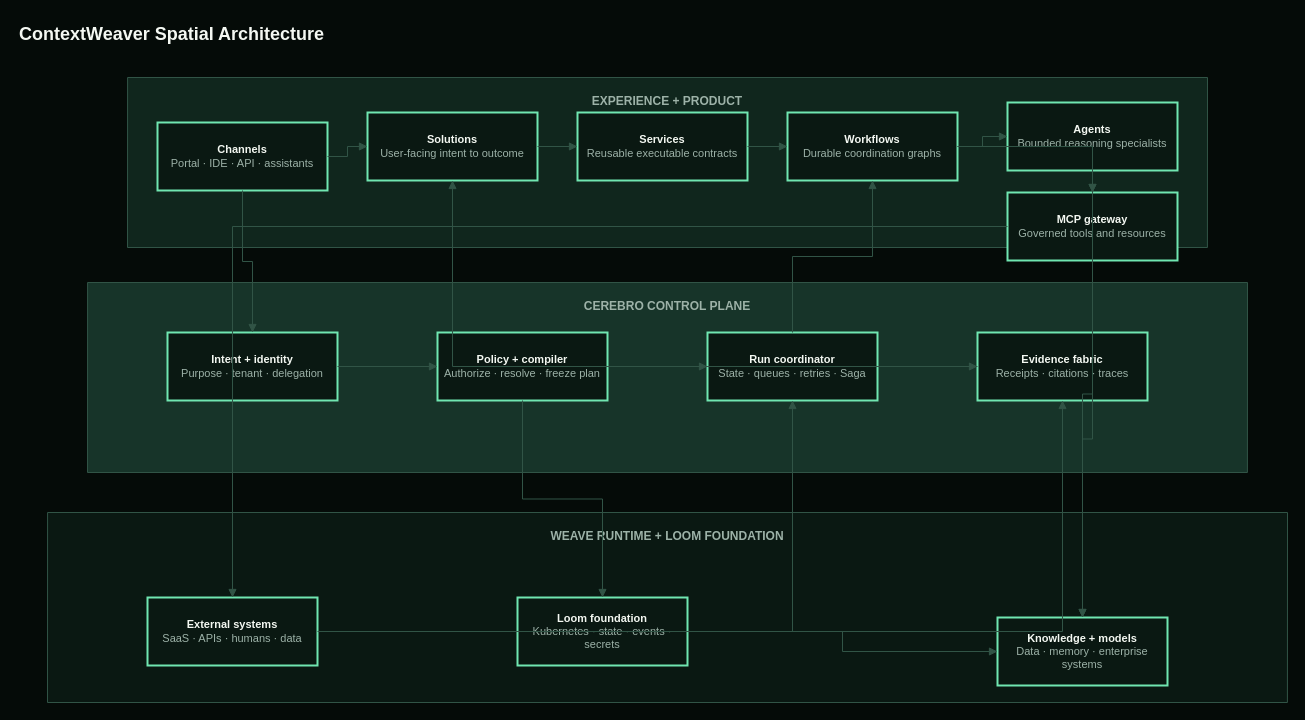
Above: diagrams/contextweaver-spatial-architecture.drawio in brainzbytes/contextweaver-public-site (draw.io), before the change. Source tidied: cells renumbered, new cells numbered last; positions are measured from the earlier drawing's top-left corner, leaving out a move shared by most shapes. Both pictures are drawn from the tidied source at 100%, with x=0, y=0 at pixel (17, 17).
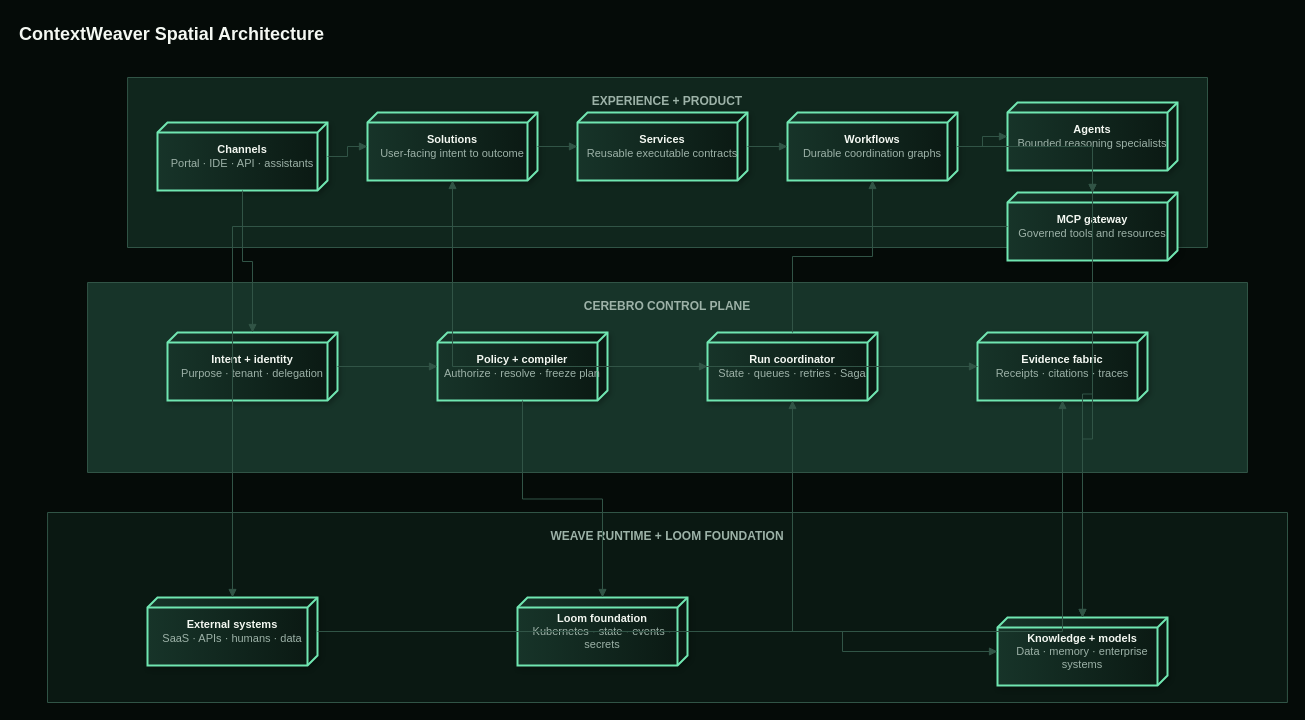
The same diagram, later.

The edit, as a diff of the source:
```diff
@@
-    <mxCell id="6" value="&lt;b&gt;Channels&lt;/b&gt;&lt;br&gt;&lt;font color=&quot;#9db2a8&quot;&gt;Portal · IDE · API · assistants&lt;/font&gt;" style="rounded=0;arcSize=4;whiteSpace=wrap;html=1;fillColor=#0a1812;strokeColor=#70e6b1;fontColor=#f4f8f2;fontSize=11;strokeWidth=2;" parent="1" vertex="1">
+    <mxCell id="6" value="&lt;b&gt;Channels&lt;/b&gt;&lt;br&gt;&lt;font color=&quot;#9db2a8&quot;&gt;Portal · IDE · API · assistants&lt;/font&gt;" style="shape=cube;size=10;direction=south;whiteSpace=wrap;html=1;fillColor=#0a1812;gradientColor=#173429;strokeColor=#70e6b1;fontColor=#f4f8f2;fontSize=11;strokeWidth=2;shadow=1;" parent="1" vertex="1">
       <mxGeometry x="140" y="105" width="170" height="68" as="geometry" />
     </mxCell>
-    <mxCell id="7" value="&lt;b&gt;Solutions&lt;/b&gt;&lt;br&gt;&lt;font color=&quot;#9db2a8&quot;&gt;User-facing intent to outcome&lt;/font&gt;" style="rounded=0;arcSize=4;whiteSpace=wrap;html=1;fillColor=#0a1812;strokeColor=#70e6b1;fontColor=#f4f8f2;fontSize=11;strokeWidth=2;" parent="1" vertex="1">
+    <mxCell id="7" value="&lt;b&gt;Solutions&lt;/b&gt;&lt;br&gt;&lt;font color=&quot;#9db2a8&quot;&gt;User-facing intent to outcome&lt;/font&gt;" style="shape=cube;size=10;direction=south;whiteSpace=wrap;html=1;fillColor=#0a1812;gradientColor=#173429;strokeColor=#70e6b1;fontColor=#f4f8f2;fontSize=11;strokeWidth=2;shadow=1;" parent="1" vertex="1">
       <mxGeometry x="350" y="95" width="170" height="68" as="geometry" />
     </mxCell>
-    <mxCell id="8" value="&lt;b&gt;Services&lt;/b&gt;&lt;br&gt;&lt;font color=&quot;#9db2a8&quot;&gt;Reusable executable contracts&lt;/font&gt;" style="rounded=0;arcSize=4;whiteSpace=wrap;html=1;fillColor=#0a1812;strokeColor=#70e6b1;fontColor=#f4f8f2;fontSize=11;strokeWidth=2;" parent="1" vertex="1">
+    <mxCell id="8" value="&lt;b&gt;Services&lt;/b&gt;&lt;br&gt;&lt;font color=&quot;#9db2a8&quot;&gt;Reusable executable contracts&lt;/font&gt;" style="shape=cube;size=10;direction=south;whiteSpace=wrap;html=1;fillColor=#0a1812;gradientColor=#173429;strokeColor=#70e6b1;fontColor=#f4f8f2;fontSize=11;strokeWidth=2;shadow=1;" parent="1" vertex="1">
       <mxGeometry x="560" y="95" width="170" height="68" as="geometry" />
     </mxCell>
-    <mxCell id="9" value="&lt;b&gt;Workflows&lt;/b&gt;&lt;br&gt;&lt;font color=&quot;#9db2a8&quot;&gt;Durable coordination graphs&lt;/font&gt;" style="rounded=0;arcSize=4;whiteSpace=wrap;html=1;fillColor=#0a1812;strokeColor=#70e6b1;fontColor=#f4f8f2;fontSize=11;strokeWidth=2;" parent="1" vertex="1">
+    <mxCell id="9" value="&lt;b&gt;Workflows&lt;/b&gt;&lt;br&gt;&lt;font color=&quot;#9db2a8&quot;&gt;Durable coordination graphs&lt;/font&gt;" style="shape=cube;size=10;direction=south;whiteSpace=wrap;html=1;fillColor=#0a1812;gradientColor=#173429;strokeColor=#70e6b1;fontColor=#f4f8f2;fontSize=11;strokeWidth=2;shadow=1;" parent="1" vertex="1">
       <mxGeometry x="770" y="95" width="170" height="68" as="geometry" />
     </mxCell>
-    <mxCell id="10" value="&lt;b&gt;Agents&lt;/b&gt;&lt;br&gt;&lt;font color=&quot;#9db2a8&quot;&gt;Bounded reasoning specialists&lt;/font&gt;" style="rounded=0;arcSize=4;whiteSpace=wrap;html=1;fillColor=#0a1812;strokeColor=#70e6b1;fontColor=#f4f8f2;fontSize=11;strokeWidth=2;" parent="1" vertex="1">
+    <mxCell id="10" value="&lt;b&gt;Agents&lt;/b&gt;&lt;br&gt;&lt;font color=&quot;#9db2a8&quot;&gt;Bounded reasoning specialists&lt;/font&gt;" style="shape=cube;size=10;direction=south;whiteSpace=wrap;html=1;fillColor=#0a1812;gradientColor=#173429;strokeColor=#70e6b1;fontColor=#f4f8f2;fontSize=11;strokeWidth=2;shadow=1;" parent="1" vertex="1">
       <mxGeometry x="990" y="85" width="170" height="68" as="geometry" />
     </mxCell>
-    <mxCell id="11" value="&lt;b&gt;MCP gateway&lt;/b&gt;&lt;br&gt;&lt;font color=&quot;#9db2a8&quot;&gt;Governed tools and resources&lt;/font&gt;" style="rounded=0;arcSize=4;whiteSpace=wrap;html=1;fillColor=#0a1812;strokeColor=#70e6b1;fontColor=#f4f8f2;fontSize=11;strokeWidth=2;" parent="1" vertex="1">
+    <mxCell id="11" value="&lt;b&gt;MCP gateway&lt;/b&gt;&lt;br&gt;&lt;font color=&quot;#9db2a8&quot;&gt;Governed tools and resources&lt;/font&gt;" style="shape=cube;size=10;direction=south;whiteSpace=wrap;html=1;fillColor=#0a1812;gradientColor=#173429;strokeColor=#70e6b1;fontColor=#f4f8f2;fontSize=11;strokeWidth=2;shadow=1;" parent="1" vertex="1">
       <mxGeometry x="990" y="175" width="170" height="68" as="geometry" />
     </mxCell>
-    <mxCell id="12" value="&lt;b&gt;Knowledge + models&lt;/b&gt;&lt;br&gt;&lt;font color=&quot;#9db2a8&quot;&gt;Data · memory · enterprise systems&lt;/font&gt;" style="rounded=0;arcSize=4;whiteSpace=wrap;html=1;fillColor=#0a1812;strokeColor=#70e6b1;fontColor=#f4f8f2;fontSize=11;strokeWidth=2;" parent="1" vertex="1">
+    <mxCell id="12" value="&lt;b&gt;Knowledge + models&lt;/b&gt;&lt;br&gt;&lt;font color=&quot;#9db2a8&quot;&gt;Data · memory · enterprise systems&lt;/font&gt;" style="shape=cube;size=10;direction=south;whiteSpace=wrap;html=1;fillColor=#0a1812;gradientColor=#173429;strokeColor=#70e6b1;fontColor=#f4f8f2;fontSize=11;strokeWidth=2;shadow=1;" parent="1" vertex="1">
       <mxGeometry x="980" y="600" width="170" height="68" as="geometry" />
     </mxCell>
-    <mxCell id="13" value="&lt;b&gt;Intent + identity&lt;/b&gt;&lt;br&gt;&lt;font color=&quot;#9db2a8&quot;&gt;Purpose · tenant · delegation&lt;/font&gt;" style="rounded=0;arcSize=4;whiteSpace=wrap;html=1;fillColor=#0a1812;strokeColor=#70e6b1;fontColor=#f4f8f2;fontSize=11;strokeWidth=2;" parent="1" vertex="1">
+    <mxCell id="13" value="&lt;b&gt;Intent + identity&lt;/b&gt;&lt;br&gt;&lt;font color=&quot;#9db2a8&quot;&gt;Purpose · tenant · delegation&lt;/font&gt;" style="shape=cube;size=10;direction=south;whiteSpace=wrap;html=1;fillColor=#0a1812;gradientColor=#173429;strokeColor=#70e6b1;fontColor=#f4f8f2;fontSize=11;strokeWidth=2;shadow=1;" parent="1" vertex="1">
       <mxGeometry x="150" y="315" width="170" height="68" as="geometry" />
     </mxCell>
-    <mxCell id="14" value="&lt;b&gt;Policy + compiler&lt;/b&gt;&lt;br&gt;&lt;font color=&quot;#9db2a8&quot;&gt;Authorize · resolve · freeze plan&lt;/font&gt;" style="rounded=0;arcSize=4;whiteSpace=wrap;html=1;fillColor=#0a1812;strokeColor=#70e6b1;fontColor=#f4f8f2;fontSize=11;strokeWidth=2;" parent="1" vertex="1">
+    <mxCell id="14" value="&lt;b&gt;Policy + compiler&lt;/b&gt;&lt;br&gt;&lt;font color=&quot;#9db2a8&quot;&gt;Authorize · resolve · freeze plan&lt;/font&gt;" style="shape=cube;size=10;direction=south;whiteSpace=wrap;html=1;fillColor=#0a1812;gradientColor=#173429;strokeColor=#70e6b1;fontColor=#f4f8f2;fontSize=11;strokeWidth=2;shadow=1;" parent="1" vertex="1">
       <mxGeometry x="420" y="315" width="170" height="68" as="geometry" />
     </mxCell>
-    <mxCell id="15" value="&lt;b&gt;Run coordinator&lt;/b&gt;&lt;br&gt;&lt;font color=&quot;#9db2a8&quot;&gt;State · queues · retries · Saga&lt;/font&gt;" style="rounded=0;arcSize=4;whiteSpace=wrap;html=1;fillColor=#0a1812;strokeColor=#70e6b1;fontColor=#f4f8f2;fontSize=11;strokeWidth=2;" parent="1" vertex="1">
+    <mxCell id="15" value="&lt;b&gt;Run coordinator&lt;/b&gt;&lt;br&gt;&lt;font color=&quot;#9db2a8&quot;&gt;State · queues · retries · Saga&lt;/font&gt;" style="shape=cube;size=10;direction=south;whiteSpace=wrap;html=1;fillColor=#0a1812;gradientColor=#173429;strokeColor=#70e6b1;fontColor=#f4f8f2;fontSize=11;strokeWidth=2;shadow=1;" parent="1" vertex="1">
       <mxGeometry x="690" y="315" width="170" height="68" as="geometry" />
     </mxCell>
-    <mxCell id="16" value="&lt;b&gt;Evidence fabric&lt;/b&gt;&lt;br&gt;&lt;font color=&quot;#9db2a8&quot;&gt;Receipts · citations · traces&lt;/font&gt;" style="rounded=0;arcSize=4;whiteSpace=wrap;html=1;fillColor=#0a1812;strokeColor=#70e6b1;fontColor=#f4f8f2;fontSize=11;strokeWidth=2;" parent="1" vertex="1">
+    <mxCell id="16" value="&lt;b&gt;Evidence fabric&lt;/b&gt;&lt;br&gt;&lt;font color=&quot;#9db2a8&quot;&gt;Receipts · citations · traces&lt;/font&gt;" style="shape=cube;size=10;direction=south;whiteSpace=wrap;html=1;fillColor=#0a1812;gradientColor=#173429;strokeColor=#70e6b1;fontColor=#f4f8f2;fontSize=11;strokeWidth=2;shadow=1;" parent="1" vertex="1">
       <mxGeometry x="960" y="315" width="170" height="68" as="geometry" />
     </mxCell>
-    <mxCell id="17" value="&lt;b&gt;External systems&lt;/b&gt;&lt;br&gt;&lt;font color=&quot;#9db2a8&quot;&gt;SaaS · APIs · humans · data&lt;/font&gt;" style="rounded=0;arcSize=4;whiteSpace=wrap;html=1;fillColor=#0a1812;strokeColor=#70e6b1;fontColor=#f4f8f2;fontSize=11;strokeWidth=2;" parent="1" vertex="1">
+    <mxCell id="17" value="&lt;b&gt;External systems&lt;/b&gt;&lt;br&gt;&lt;font color=&quot;#9db2a8&quot;&gt;SaaS · APIs · humans · data&lt;/font&gt;" style="shape=cube;size=10;direction=south;whiteSpace=wrap;html=1;fillColor=#0a1812;gradientColor=#173429;strokeColor=#70e6b1;fontColor=#f4f8f2;fontSize=11;strokeWidth=2;shadow=1;" parent="1" vertex="1">
       <mxGeometry x="130" y="580" width="170" height="68" as="geometry" />
     </mxCell>
-    <mxCell id="18" value="&lt;b&gt;Loom foundation&lt;/b&gt;&lt;br&gt;&lt;font color=&quot;#9db2a8&quot;&gt;Kubernetes · state · events · secrets&lt;/font&gt;" style="rounded=0;arcSize=4;whiteSpace=wrap;html=1;fillColor=#0a1812;strokeColor=#70e6b1;fontColor=#f4f8f2;fontSize=11;strokeWidth=2;" parent="1" vertex="1">
+    <mxCell id="18" value="&lt;b&gt;Loom foundation&lt;/b&gt;&lt;br&gt;&lt;font color=&quot;#9db2a8&quot;&gt;Kubernetes · state · events · secrets&lt;/font&gt;" style="shape=cube;size=10;direction=south;whiteSpace=wrap;html=1;fillColor=#0a1812;gradientColor=#173429;strokeColor=#70e6b1;fontColor=#f4f8f2;fontSize=11;strokeWidth=2;shadow=1;" parent="1" vertex="1">
       <mxGeometry x="500" y="580" width="170" height="68" as="geometry" />
     </mxCell>
```
